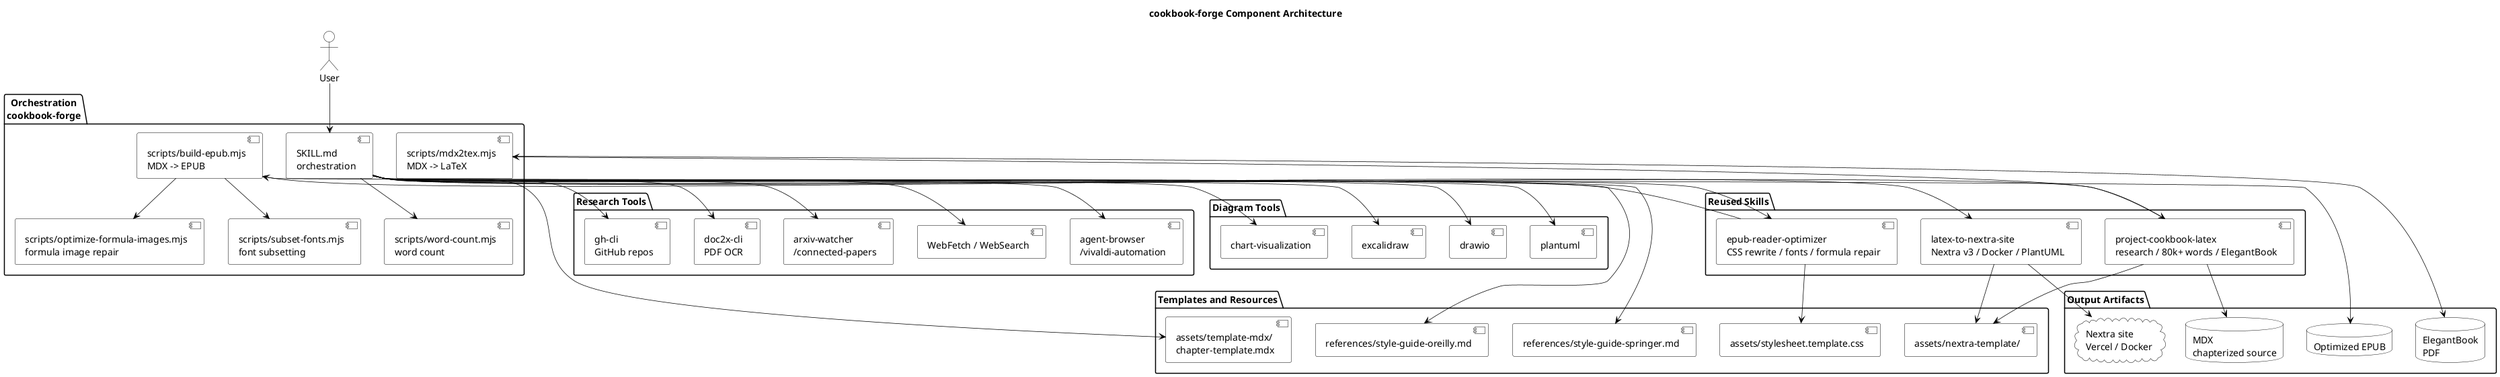
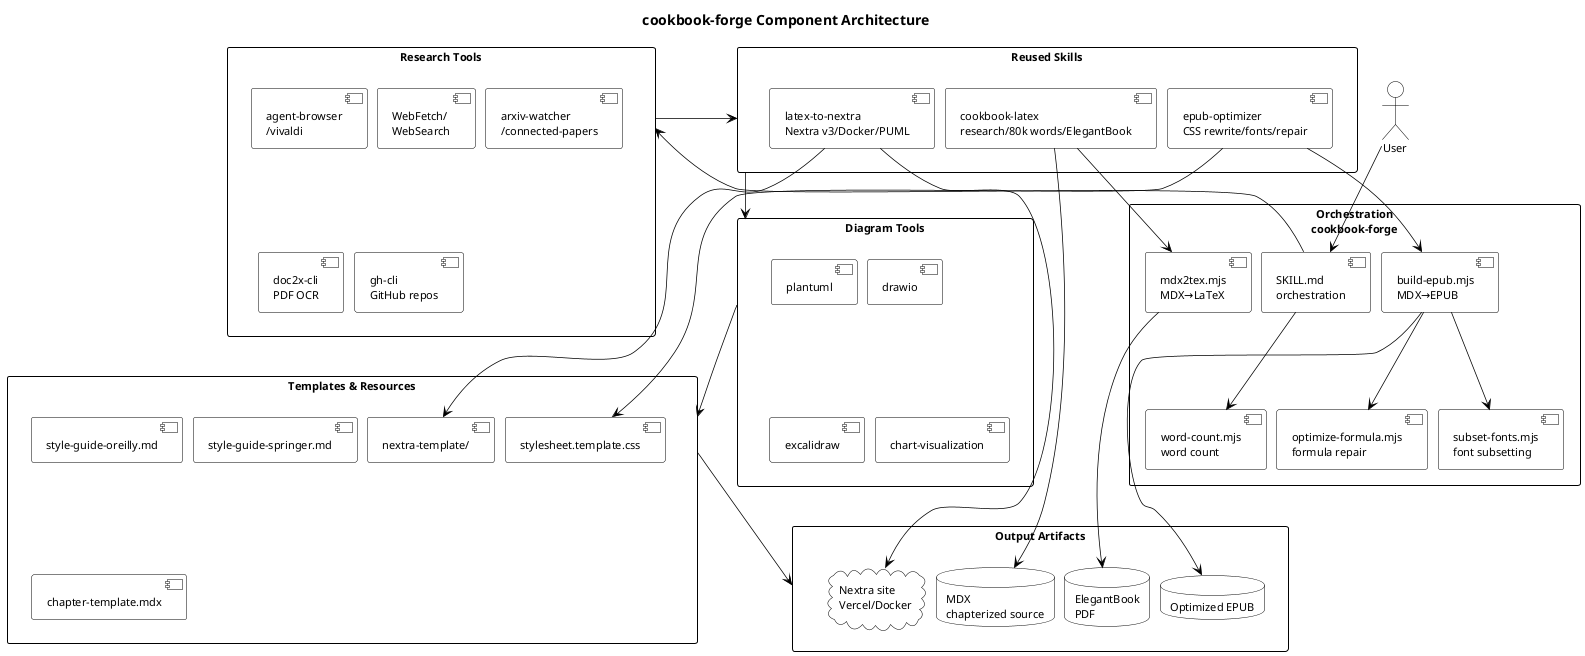
@startuml
skinparam monochrome true
skinparam shadowing false
skinparam backgroundColor #FFFFFF
skinparam defaultFontColor #000000
+ skinparam defaultFontName Helvetica
+ skinparam defaultFontSize 11
skinparam ActorBackgroundColor #FFFFFF
skinparam ActorBorderColor #000000
skinparam ComponentBackgroundColor #FFFFFF
skinparam ComponentBorderColor #000000
skinparam PackageBackgroundColor #FFFFFF
skinparam PackageBorderColor #000000
skinparam DatabaseBackgroundColor #FFFFFF
skinparam DatabaseBorderColor #000000
skinparam CloudBackgroundColor #FFFFFF
skinparam CloudBorderColor #000000
skinparam ArrowColor #000000
skinparam ArrowThickness 0.75
+ skinparam nodesep 10
+ skinparam ranksep 25
+ skinparam packageStyle rectangle

title cookbook-forge Component Architecture

+ top to bottom direction
+ 
actor User

- package "Orchestration\ncookbook-forge" {
+ package "Orchestration\ncookbook-forge" as P1 {
  [SKILL.md\norchestration] as ORCH
-   [scripts/mdx2tex.mjs\nMDX -> LaTeX] as M2T
-   [scripts/build-epub.mjs\nMDX -> EPUB] as EPUB
-   [scripts/subset-fonts.mjs\nfont subsetting] as FONT
-   [scripts/word-count.mjs\nword count] as WC
-   [scripts/optimize-formula-images.mjs\nformula image repair] as FORMULA
+   [mdx2tex.mjs\nMDX→LaTeX] as M2T
+   [build-epub.mjs\nMDX→EPUB] as EPUB
+   [subset-fonts.mjs\nfont subsetting] as FONT
+   [word-count.mjs\nword count] as WC
+   [optimize-formula.mjs\nformula repair] as FORMULA
}

- package "Reused Skills" {
-   [project-cookbook-latex\nresearch / 80k+ words / ElegantBook] as PCL
-   [latex-to-nextra-site\nNextra v3 / Docker / PlantUML] as L2N
-   [epub-reader-optimizer\nCSS rewrite / fonts / formula repair] as ERO
- }
- 
- package "Research Tools" {
-   [agent-browser\n/vivaldi-automation] as BR
-   [WebFetch / WebSearch] as WF
+ package "Research Tools" as P2 {
+   [agent-browser\n/vivaldi] as BR
+   [WebFetch/\nWebSearch] as WF
  [arxiv-watcher\n/connected-papers] as ARX
  [doc2x-cli\nPDF OCR] as D2X
  [gh-cli\nGitHub repos] as GH
}

- package "Diagram Tools" {
+ package "Reused Skills" as P3 {
+   [cookbook-latex\nresearch/80k words/ElegantBook] as PCL
+   [latex-to-nextra\nNextra v3/Docker/PUML] as L2N
+   [epub-optimizer\nCSS rewrite/fonts/repair] as ERO
+ }
+ 
+ package "Diagram Tools" as P4 {
  [plantuml] as PU
  [drawio] as DR
  [excalidraw] as EX
  [chart-visualization] as CH
}

- package "Templates and Resources" {
-   [references/style-guide-oreilly.md] as ORE
-   [references/style-guide-springer.md] as SPR
-   [assets/template-mdx/\nchapter-template.mdx] as TPL
-   [assets/nextra-template/] as NXT
-   [assets/stylesheet.template.css] as CSS
+ package "Templates & Resources" as P5 {
+   [style-guide-oreilly.md] as ORE
+   [style-guide-springer.md] as SPR
+   [chapter-template.mdx] as TPL
+   [nextra-template/] as NXT
+   [stylesheet.template.css] as CSS
}

- package "Output Artifacts" {
+ package "Output Artifacts" as P6 {
  database "MDX\nchapterized source" as MDX
  database "ElegantBook\nPDF" as PDF
-   cloud "Nextra site\nVercel / Docker" as WEB
+   cloud "Nextra site\nVercel/Docker" as WEB
  database "Optimized EPUB" as EOUT
}

User --> ORCH
- ORCH --> BR
- ORCH --> WF
- ORCH --> ARX
- ORCH --> D2X
- ORCH --> GH
- ORCH --> PCL
- ORCH --> L2N
- ORCH --> ERO
- ORCH --> PU
- ORCH --> DR
- ORCH --> EX
- ORCH --> CH
- ORCH --> ORE
- ORCH --> SPR
- ORCH --> TPL
- PCL --> NXT
- ERO --> CSS
+ ORCH --> P2
+ P2 --> P3
+ P3 --> P4
+ P4 --> P5
+ P5 --> P6
+ 
+ ORCH --> WC
PCL --> M2T
L2N --> NXT
ERO --> EPUB
+ ERO --> CSS
EPUB --> FONT
EPUB --> FORMULA
- ORCH --> WC
M2T --> PDF
PCL --> MDX
L2N --> WEB
EPUB --> EOUT
+ 
@enduml
